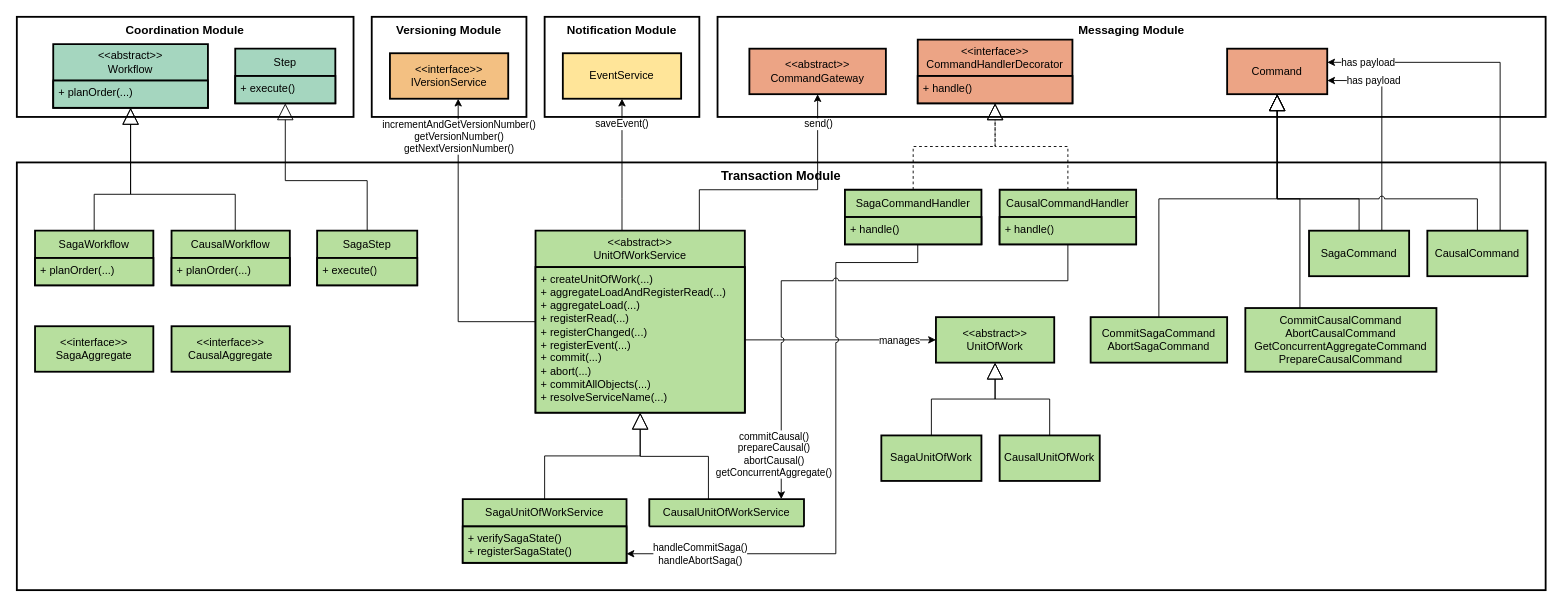
Above: data/figs/architecture/layers/layers_transaction_v2.drawio in socialsoftware/microservices-simulator (draw.io), before the change. Source tidied: cells renumbered, new cells numbered last; positions are measured from the earlier drawing's top-left corner, leaving out a move shared by most shapes. Both pictures are drawn from the tidied source at 91%, with x=0, y=0 at pixel (16, 16).
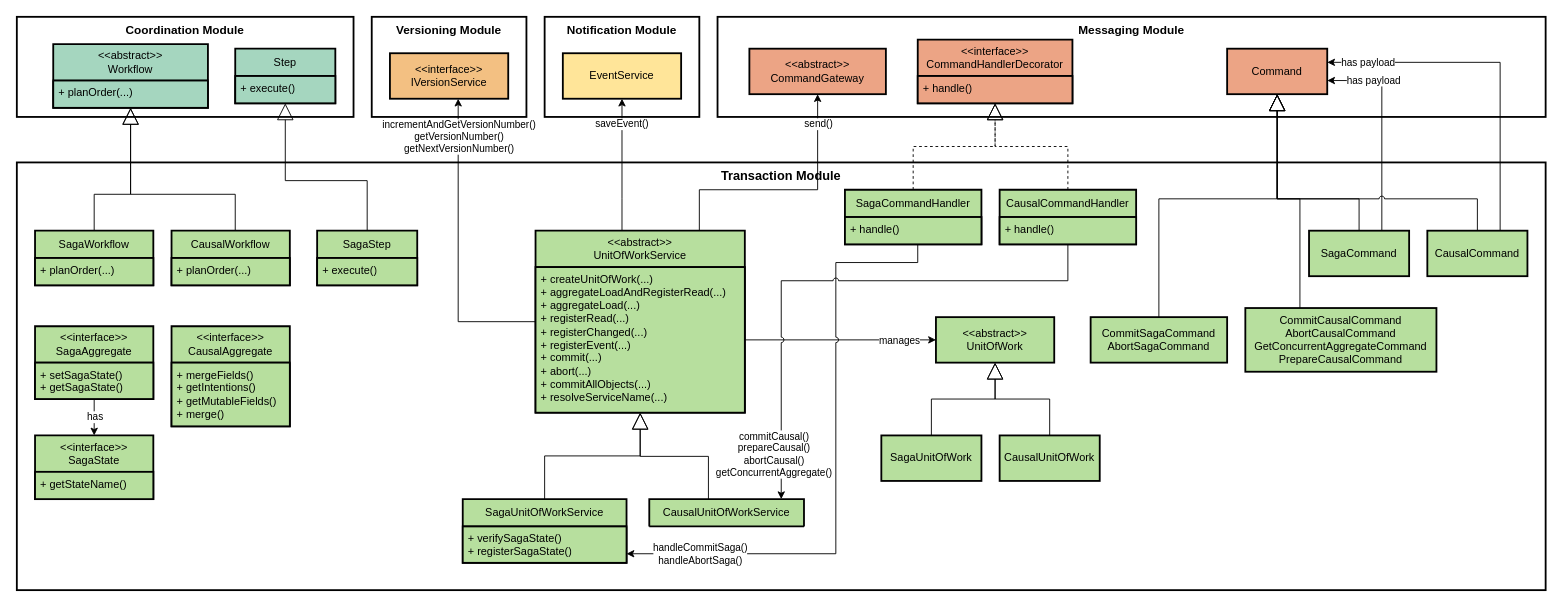
The same page after the edit.

Change to the diagram source:
```diff
@@
-    <mxCell id="8" value="&lt;&lt;interface&gt;&gt;&#10;SagaAggregate" style="whiteSpace=wrap;strokeWidth=2;fillColor=#B7DF9E;strokeColor=#000000;" parent="1" vertex="1">
-      <mxGeometry x="20" y="340" width="130" height="50" as="geometry" />
-    </mxCell>
@@
-    <mxCell id="11" value="&lt;&lt;interface&gt;&gt;&#10;CausalAggregate" style="whiteSpace=wrap;strokeWidth=2;fillColor=#B7DF9E;strokeColor=#000000;" parent="1" vertex="1">
-      <mxGeometry x="170" y="340" width="130" height="50" as="geometry" />
-    </mxCell>
@@
+    <mxCell id="71" style="edgeStyle=orthogonalEdgeStyle;rounded=0;jettySize=auto;html=1;" parent="1" edge="1" source="73" target="77">
+      <mxGeometry relative="1" as="geometry" />
+    </mxCell>
+    <mxCell id="72" value="has" style="edgeLabel;html=1;align=center;verticalAlign=middle;" parent="71" vertex="1">
+      <mxGeometry x="-0.12" y="-1" relative="1" as="geometry">
+        <mxPoint x="1" y="1" as="offset" />
+      </mxGeometry>
+    </mxCell>
+    <mxCell id="73" value="&amp;lt;&amp;lt;interface&amp;gt;&amp;gt;&lt;br style=&quot;padding: 0px; margin: 0px;&quot;&gt;SagaAggregate" style="swimlane;fontStyle=0;horizontal=1;startSize=40;whiteSpace=wrap;html=1;strokeWidth=2;fillColor=#B7DF9E;strokeColor=default;" parent="1" vertex="1">
+      <mxGeometry x="20" y="340" width="130" height="80" as="geometry" />
+    </mxCell>
+    <mxCell id="74" value="+&amp;nbsp;setSagaState()&lt;div&gt;+&amp;nbsp;getSagaState()&lt;/div&gt;" style="text;strokeColor=default;fillColor=#B7DF9E;align=left;verticalAlign=top;spacingLeft=4;spacingRight=4;overflow=hidden;whiteSpace=wrap;html=1;strokeWidth=2;" parent="73" vertex="1">
+      <mxGeometry y="40" width="130" height="40" as="geometry" />
+    </mxCell>
+    <mxCell id="75" value="&amp;lt;&amp;lt;interface&amp;gt;&amp;gt;&lt;br style=&quot;padding: 0px; margin: 0px;&quot;&gt;CausalAggregate" style="swimlane;fontStyle=0;horizontal=1;startSize=40;whiteSpace=wrap;html=1;strokeWidth=2;fillColor=#B7DF9E;strokeColor=default;" parent="1" vertex="1">
+      <mxGeometry x="170" y="340" width="130" height="110" as="geometry" />
+    </mxCell>
+    <mxCell id="76" value="+&amp;nbsp;mergeFields()&lt;div&gt;+&amp;nbsp;getIntentions()&lt;/div&gt;&lt;div&gt;+&amp;nbsp;getMutableFields()&lt;/div&gt;&lt;div&gt;+ merge()&lt;/div&gt;&lt;div&gt;&lt;br&gt;&lt;/div&gt;" style="text;strokeColor=default;fillColor=#B7DF9E;align=left;verticalAlign=top;spacingLeft=4;spacingRight=4;overflow=hidden;whiteSpace=wrap;html=1;strokeWidth=2;" parent="75" vertex="1">
+      <mxGeometry y="40" width="130" height="70" as="geometry" />
+    </mxCell>
+    <mxCell id="77" value="&amp;lt;&amp;lt;interface&amp;gt;&amp;gt;&lt;div&gt;SagaState&lt;/div&gt;" style="swimlane;fontStyle=0;horizontal=1;startSize=40;whiteSpace=wrap;html=1;strokeWidth=2;fillColor=#B7DF9E;verticalAlign=top;" parent="1" vertex="1">
+      <mxGeometry x="20" y="460" width="130" height="70" as="geometry" />
+    </mxCell>
+    <mxCell id="78" value="&lt;span&gt;+&amp;nbsp;getStateName()&lt;/span&gt;" style="text;strokeColor=default;fillColor=#B7DF9E;align=left;verticalAlign=top;spacingLeft=4;spacingRight=4;overflow=hidden;whiteSpace=wrap;html=1;strokeWidth=2;fontSize=12;" parent="77" vertex="1">
+      <mxGeometry y="40" width="130" height="30" as="geometry" />
+    </mxCell>
```
